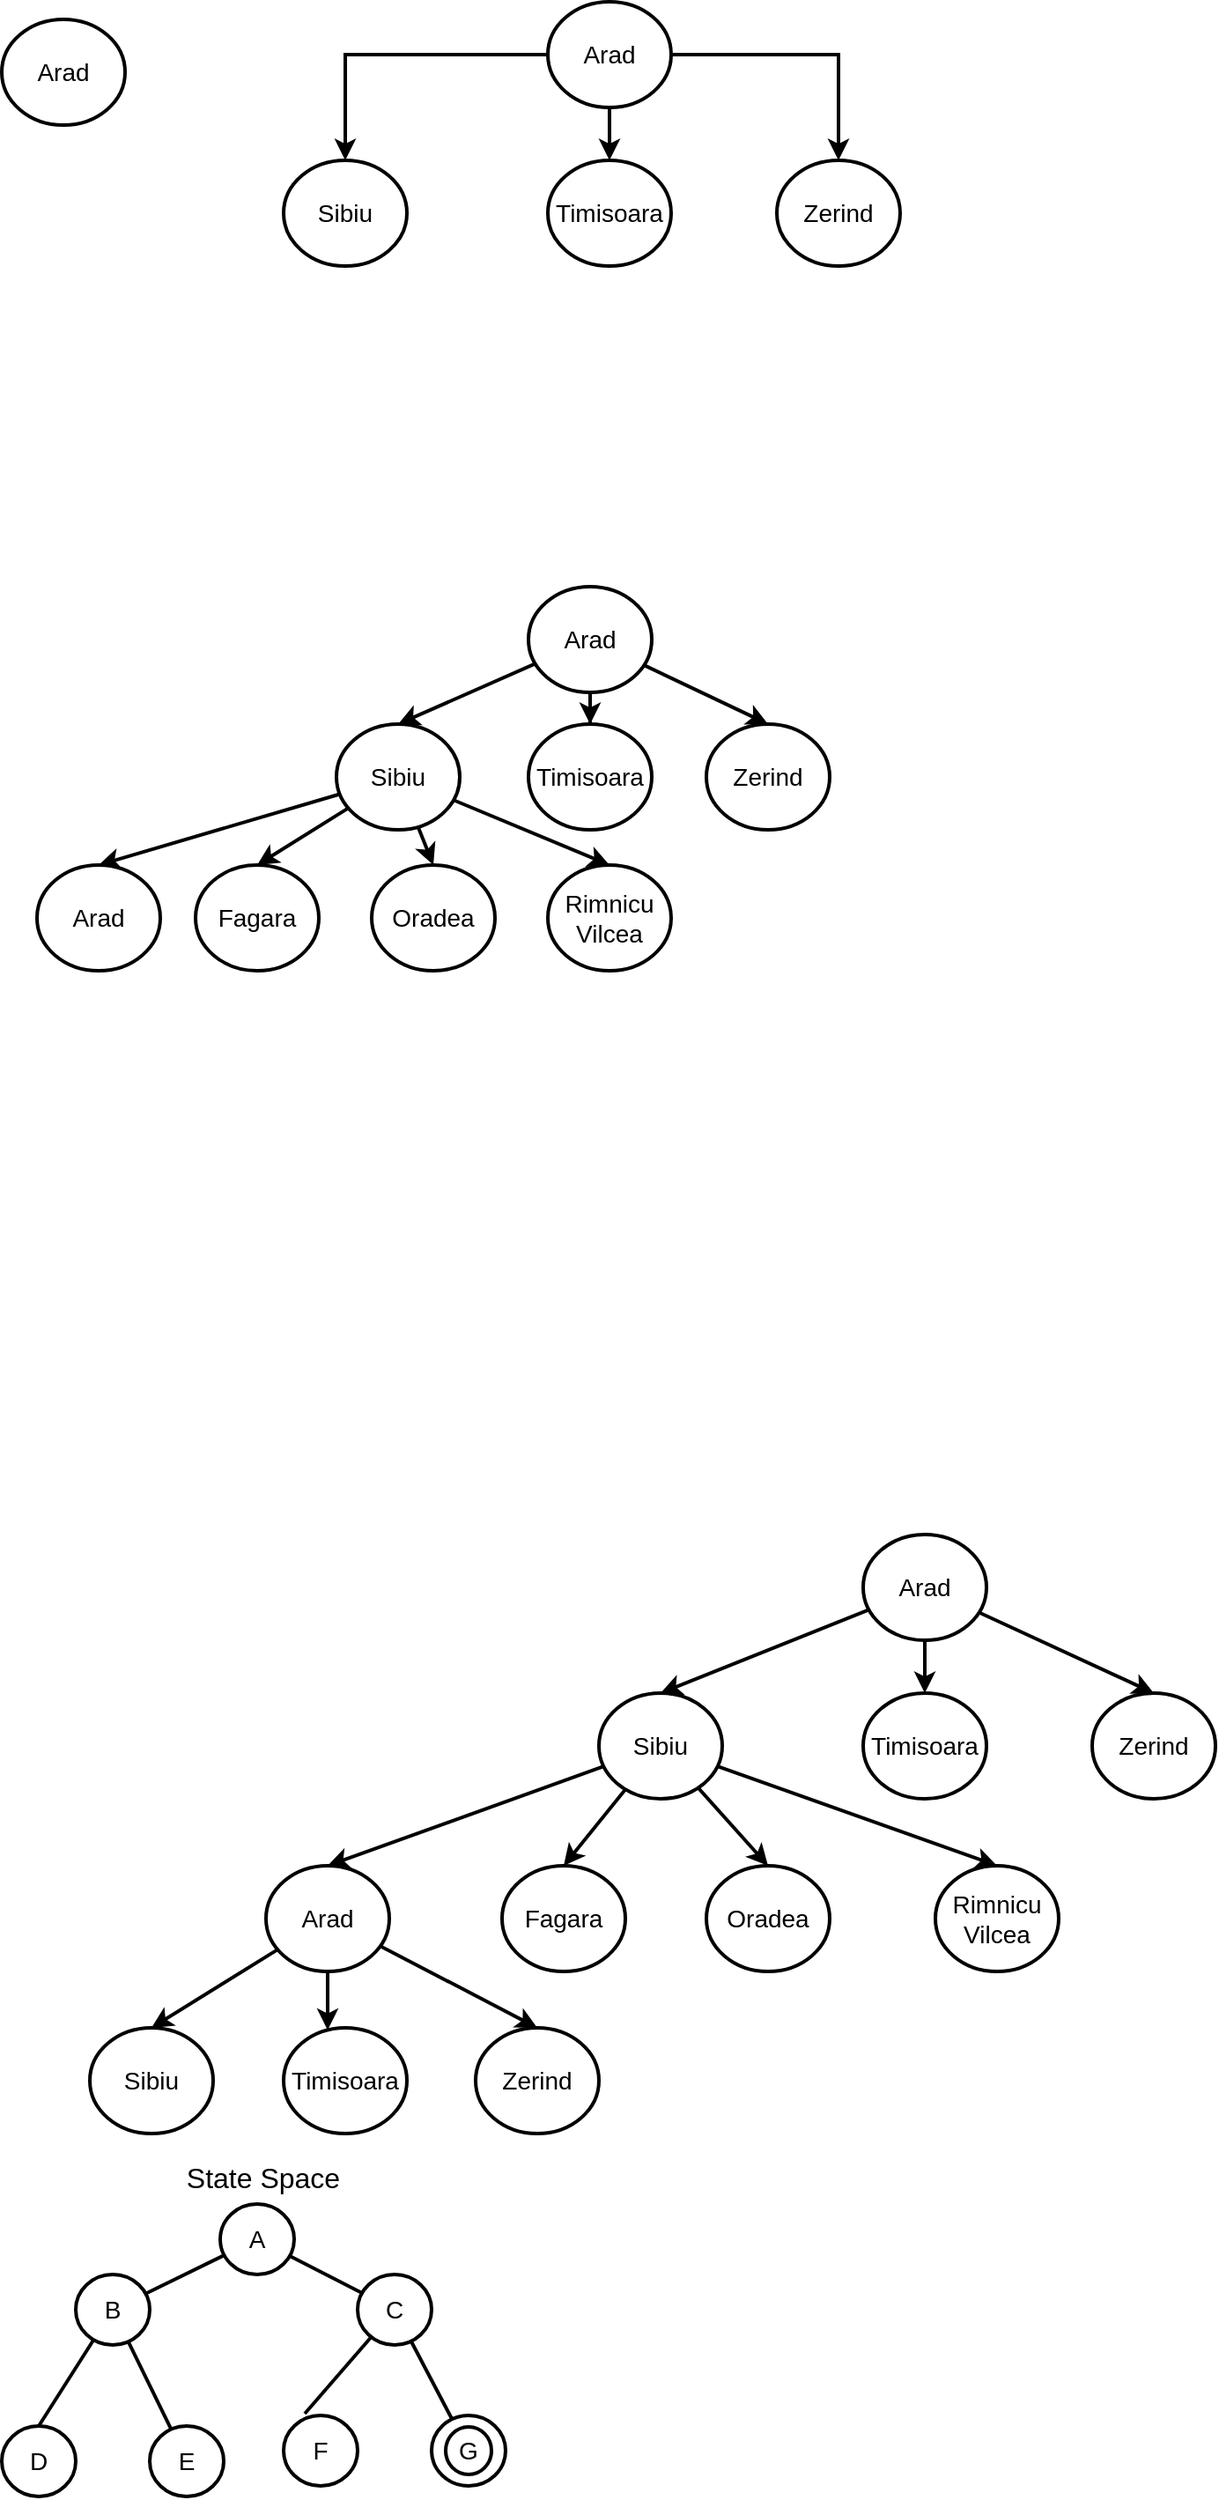
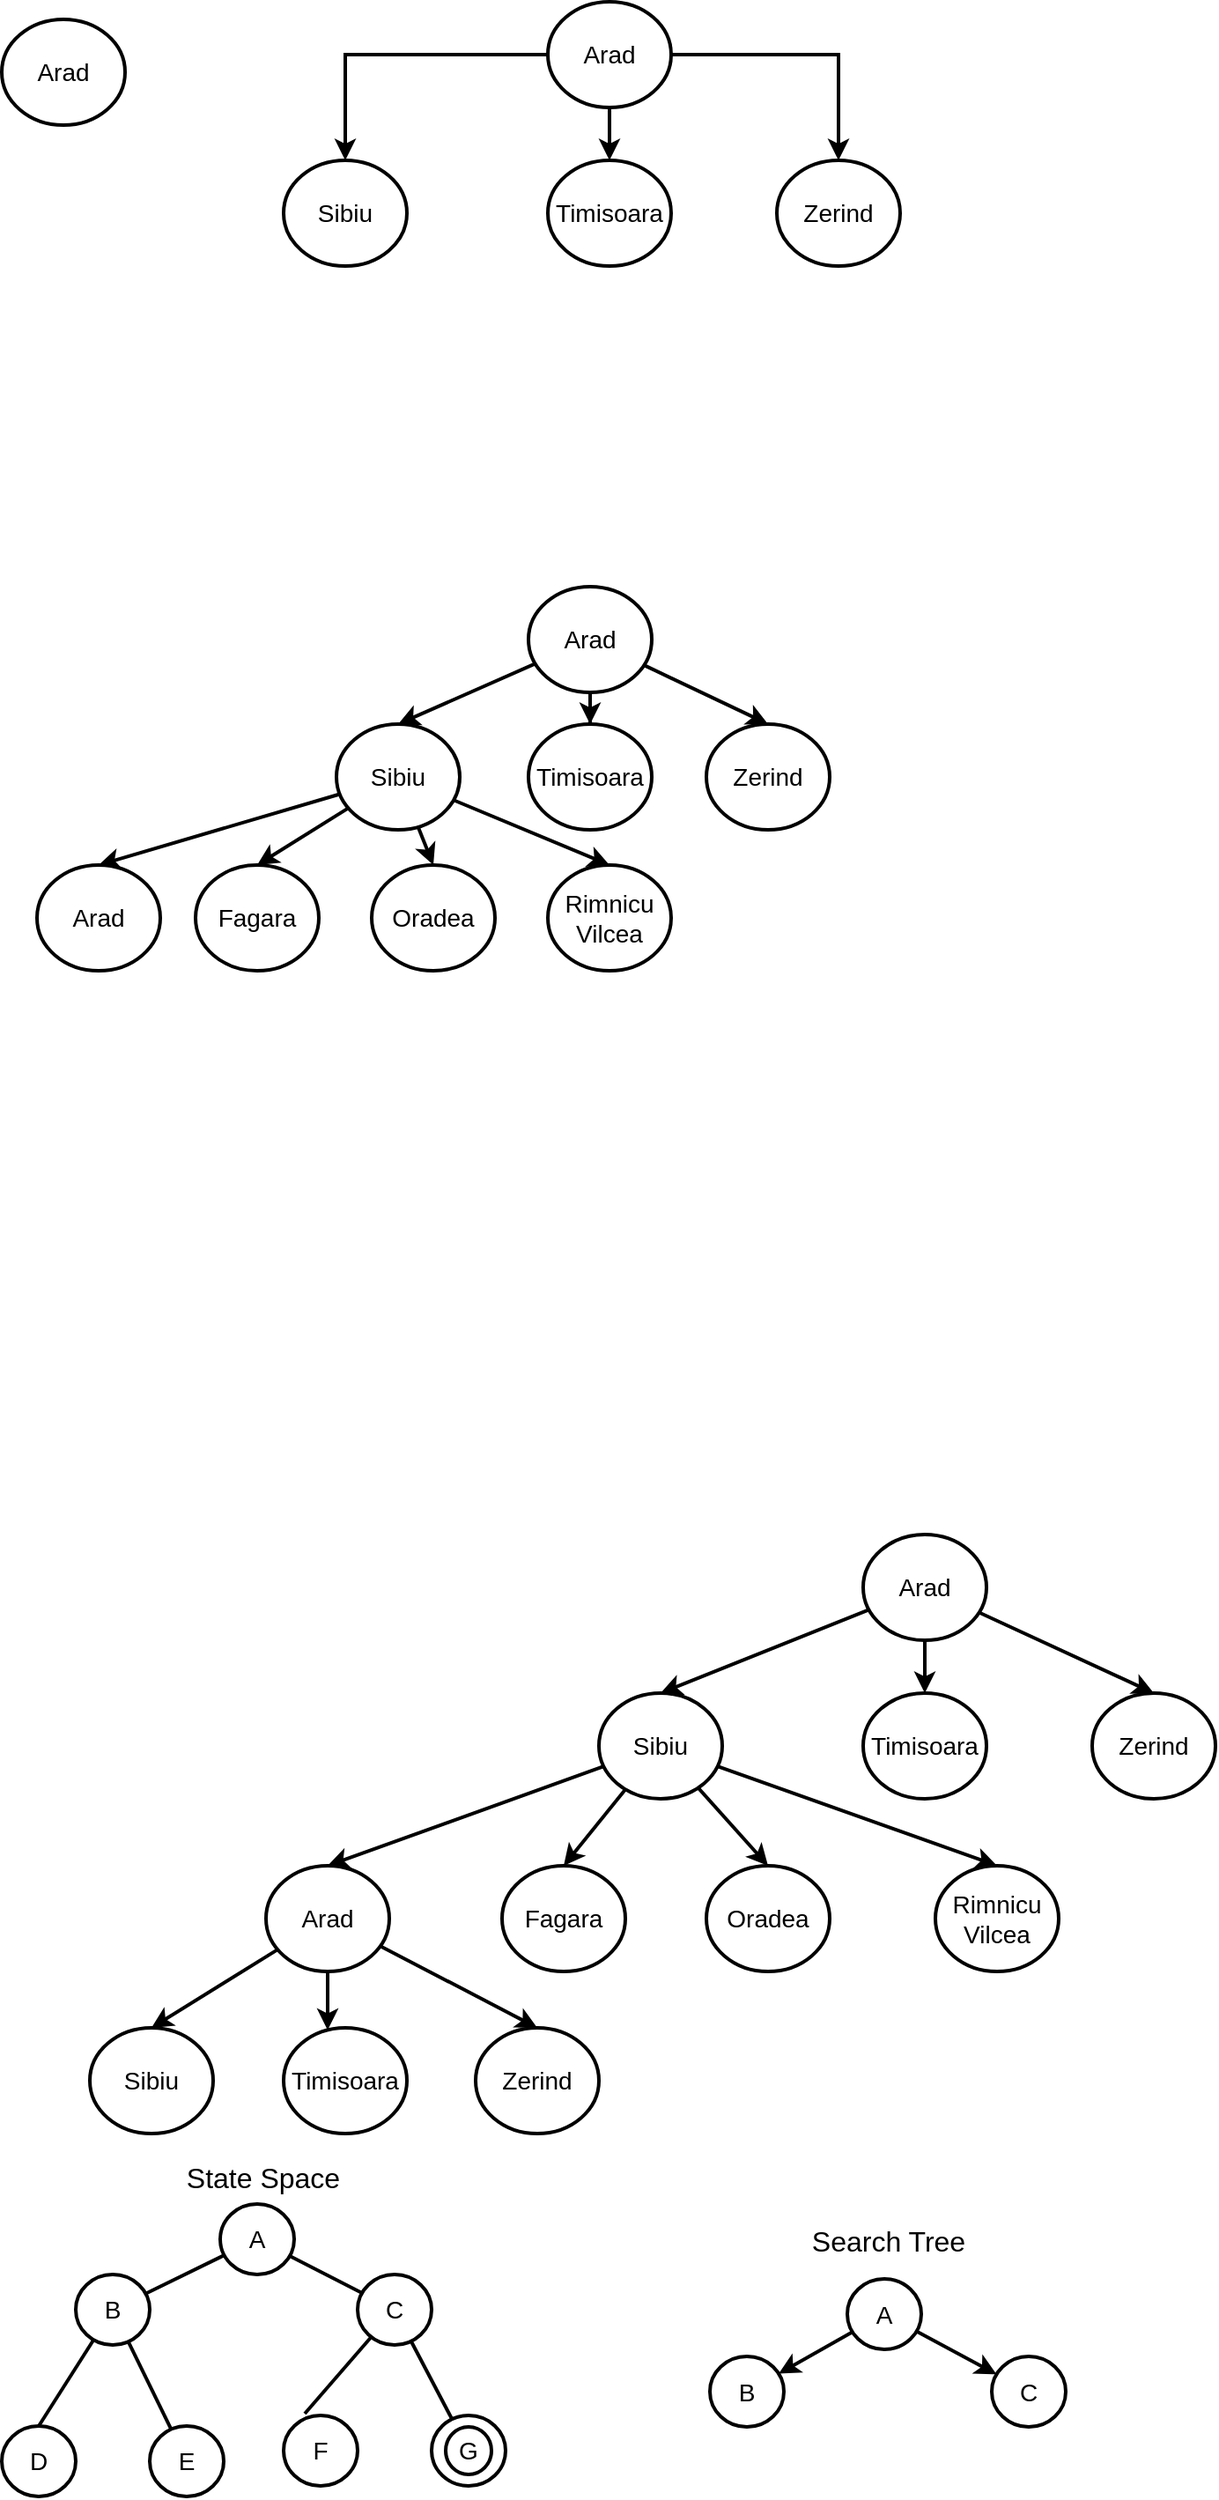
<mxfile host="app.diagrams.net">
  <diagram name="Page-1" id="BSzVWueWxRZ0f2yqvMc-">
-     <mxGraphModel dx="656" dy="351" grid="0" gridSize="10" guides="1" tooltips="1" connect="1" arrows="1" fold="1" page="1" pageScale="1" pageWidth="850" pageHeight="1100" math="0" shadow="0">
+     <mxGraphModel dx="656" dy="351" grid="1" gridSize="10" guides="0" tooltips="1" connect="1" arrows="1" fold="1" page="1" pageScale="1" pageWidth="850" pageHeight="1100" math="0" shadow="0">
      <root>
        <mxCell id="0" />
        <mxCell id="1" parent="0" />
        <mxCell id="DJkdPokyCSNuBn839fvl-1" parent="1" style="ellipse;whiteSpace=wrap;html=1;strokeWidth=2;fontSize=14;" value="Arad" vertex="1">
          <mxGeometry height="60" width="70" x="80" y="40" as="geometry" />
        </mxCell>
        <mxCell id="DJkdPokyCSNuBn839fvl-6" edge="1" parent="1" source="DJkdPokyCSNuBn839fvl-2" style="edgeStyle=orthogonalEdgeStyle;rounded=0;orthogonalLoop=1;jettySize=auto;html=1;entryX=0.5;entryY=0;entryDx=0;entryDy=0;strokeWidth=2;" target="DJkdPokyCSNuBn839fvl-3">
          <mxGeometry relative="1" as="geometry" />
        </mxCell>
        <mxCell id="DJkdPokyCSNuBn839fvl-7" edge="1" parent="1" source="DJkdPokyCSNuBn839fvl-2" style="edgeStyle=orthogonalEdgeStyle;rounded=0;orthogonalLoop=1;jettySize=auto;html=1;strokeWidth=2;" target="DJkdPokyCSNuBn839fvl-4" value="">
          <mxGeometry relative="1" as="geometry" />
        </mxCell>
        <mxCell id="DJkdPokyCSNuBn839fvl-8" edge="1" parent="1" source="DJkdPokyCSNuBn839fvl-2" style="edgeStyle=orthogonalEdgeStyle;rounded=0;orthogonalLoop=1;jettySize=auto;html=1;entryX=0.5;entryY=0;entryDx=0;entryDy=0;strokeWidth=2;" target="DJkdPokyCSNuBn839fvl-5">
          <mxGeometry relative="1" as="geometry" />
        </mxCell>
        <mxCell id="DJkdPokyCSNuBn839fvl-2" parent="1" style="ellipse;whiteSpace=wrap;html=1;strokeWidth=2;fontSize=14;" value="Arad" vertex="1">
          <mxGeometry height="60" width="70" x="390" y="30" as="geometry" />
        </mxCell>
        <mxCell id="DJkdPokyCSNuBn839fvl-3" parent="1" style="ellipse;whiteSpace=wrap;html=1;strokeWidth=2;fontSize=14;" value="Sibiu" vertex="1">
          <mxGeometry height="60" width="70" x="240" y="120" as="geometry" />
        </mxCell>
        <mxCell id="DJkdPokyCSNuBn839fvl-4" parent="1" style="ellipse;whiteSpace=wrap;html=1;strokeWidth=2;fontSize=14;" value="Timisoara" vertex="1">
          <mxGeometry height="60" width="70" x="390" y="120" as="geometry" />
        </mxCell>
        <mxCell id="DJkdPokyCSNuBn839fvl-5" parent="1" style="ellipse;whiteSpace=wrap;html=1;strokeWidth=2;fontSize=14;" value="Zerind" vertex="1">
          <mxGeometry height="60" width="70" x="520" y="120" as="geometry" />
        </mxCell>
        <mxCell id="DJkdPokyCSNuBn839fvl-9" edge="1" parent="1" source="DJkdPokyCSNuBn839fvl-12" style="rounded=0;orthogonalLoop=1;jettySize=auto;html=1;entryX=0.5;entryY=0;entryDx=0;entryDy=0;strokeWidth=2;" target="DJkdPokyCSNuBn839fvl-13">
          <mxGeometry relative="1" as="geometry" />
        </mxCell>
        <mxCell id="DJkdPokyCSNuBn839fvl-10" edge="1" parent="1" source="DJkdPokyCSNuBn839fvl-12" style="edgeStyle=orthogonalEdgeStyle;rounded=0;orthogonalLoop=1;jettySize=auto;html=1;strokeWidth=2;" target="DJkdPokyCSNuBn839fvl-14" value="">
          <mxGeometry relative="1" as="geometry" />
        </mxCell>
        <mxCell id="DJkdPokyCSNuBn839fvl-11" edge="1" parent="1" source="DJkdPokyCSNuBn839fvl-12" style="rounded=0;orthogonalLoop=1;jettySize=auto;html=1;entryX=0.5;entryY=0;entryDx=0;entryDy=0;strokeWidth=2;" target="DJkdPokyCSNuBn839fvl-15">
          <mxGeometry relative="1" as="geometry" />
        </mxCell>
        <mxCell id="DJkdPokyCSNuBn839fvl-12" parent="1" style="ellipse;whiteSpace=wrap;html=1;strokeWidth=2;fontSize=14;" value="Arad" vertex="1">
          <mxGeometry height="60" width="70" x="379" y="362" as="geometry" />
        </mxCell>
        <mxCell id="DJkdPokyCSNuBn839fvl-20" edge="1" parent="1" source="DJkdPokyCSNuBn839fvl-13" style="rounded=0;orthogonalLoop=1;jettySize=auto;html=1;entryX=0.5;entryY=0;entryDx=0;entryDy=0;strokeWidth=2;" target="DJkdPokyCSNuBn839fvl-16">
          <mxGeometry relative="1" as="geometry" />
        </mxCell>
        <mxCell id="DJkdPokyCSNuBn839fvl-22" edge="1" parent="1" source="DJkdPokyCSNuBn839fvl-13" style="rounded=0;orthogonalLoop=1;jettySize=auto;html=1;entryX=0.5;entryY=0;entryDx=0;entryDy=0;strokeWidth=2;" target="DJkdPokyCSNuBn839fvl-17">
          <mxGeometry relative="1" as="geometry" />
        </mxCell>
        <mxCell id="DJkdPokyCSNuBn839fvl-25" edge="1" parent="1" source="DJkdPokyCSNuBn839fvl-13" style="rounded=0;orthogonalLoop=1;jettySize=auto;html=1;entryX=0.5;entryY=0;entryDx=0;entryDy=0;strokeWidth=2;" target="DJkdPokyCSNuBn839fvl-19">
          <mxGeometry relative="1" as="geometry" />
        </mxCell>
        <mxCell id="DJkdPokyCSNuBn839fvl-26" edge="1" parent="1" source="DJkdPokyCSNuBn839fvl-13" style="rounded=0;orthogonalLoop=1;jettySize=auto;html=1;entryX=0.5;entryY=0;entryDx=0;entryDy=0;strokeWidth=2;" target="DJkdPokyCSNuBn839fvl-18">
          <mxGeometry relative="1" as="geometry" />
        </mxCell>
        <mxCell id="DJkdPokyCSNuBn839fvl-13" parent="1" style="ellipse;whiteSpace=wrap;html=1;strokeWidth=2;fontSize=14;" value="Sibiu" vertex="1">
          <mxGeometry height="60" width="70" x="270" y="440" as="geometry" />
        </mxCell>
        <mxCell id="DJkdPokyCSNuBn839fvl-14" parent="1" style="ellipse;whiteSpace=wrap;html=1;strokeWidth=2;fontSize=14;" value="Timisoara" vertex="1">
          <mxGeometry height="60" width="70" x="379" y="440" as="geometry" />
        </mxCell>
        <mxCell id="DJkdPokyCSNuBn839fvl-15" parent="1" style="ellipse;whiteSpace=wrap;html=1;strokeWidth=2;fontSize=14;" value="Zerind" vertex="1">
          <mxGeometry height="60" width="70" x="480" y="440" as="geometry" />
        </mxCell>
        <mxCell id="DJkdPokyCSNuBn839fvl-16" parent="1" style="ellipse;whiteSpace=wrap;html=1;strokeWidth=2;fontSize=14;" value="Arad" vertex="1">
          <mxGeometry height="60" width="70" x="100" y="520" as="geometry" />
        </mxCell>
        <mxCell id="DJkdPokyCSNuBn839fvl-17" parent="1" style="ellipse;whiteSpace=wrap;html=1;strokeWidth=2;fontSize=14;" value="Fagara" vertex="1">
          <mxGeometry height="60" width="70" x="190" y="520" as="geometry" />
        </mxCell>
        <mxCell id="DJkdPokyCSNuBn839fvl-18" parent="1" style="ellipse;whiteSpace=wrap;html=1;strokeWidth=2;fontSize=14;" value="Oradea" vertex="1">
          <mxGeometry height="60" width="70" x="290" y="520" as="geometry" />
        </mxCell>
        <mxCell id="DJkdPokyCSNuBn839fvl-19" parent="1" style="ellipse;whiteSpace=wrap;html=1;strokeWidth=2;fontSize=14;" value="Rimnicu Vilcea" vertex="1">
          <mxGeometry height="60" width="70" x="390" y="520" as="geometry" />
        </mxCell>
        <mxCell id="DJkdPokyCSNuBn839fvl-27" edge="1" parent="1" source="DJkdPokyCSNuBn839fvl-30" style="rounded=0;orthogonalLoop=1;jettySize=auto;html=1;entryX=0.5;entryY=0;entryDx=0;entryDy=0;strokeWidth=2;" target="DJkdPokyCSNuBn839fvl-35">
          <mxGeometry relative="1" as="geometry" />
        </mxCell>
        <mxCell id="DJkdPokyCSNuBn839fvl-28" edge="1" parent="1" source="DJkdPokyCSNuBn839fvl-30" style="edgeStyle=orthogonalEdgeStyle;rounded=0;orthogonalLoop=1;jettySize=auto;html=1;strokeWidth=2;" target="DJkdPokyCSNuBn839fvl-36" value="">
          <mxGeometry relative="1" as="geometry" />
        </mxCell>
        <mxCell id="DJkdPokyCSNuBn839fvl-29" edge="1" parent="1" source="DJkdPokyCSNuBn839fvl-30" style="rounded=0;orthogonalLoop=1;jettySize=auto;html=1;entryX=0.5;entryY=0;entryDx=0;entryDy=0;strokeWidth=2;" target="DJkdPokyCSNuBn839fvl-37">
          <mxGeometry relative="1" as="geometry" />
        </mxCell>
        <mxCell id="DJkdPokyCSNuBn839fvl-30" parent="1" style="ellipse;whiteSpace=wrap;html=1;strokeWidth=2;fontSize=14;" value="Arad" vertex="1">
          <mxGeometry height="60" width="70" x="569" y="900" as="geometry" />
        </mxCell>
        <mxCell id="DJkdPokyCSNuBn839fvl-31" edge="1" parent="1" source="DJkdPokyCSNuBn839fvl-35" style="rounded=0;orthogonalLoop=1;jettySize=auto;html=1;entryX=0.5;entryY=0;entryDx=0;entryDy=0;strokeWidth=2;" target="DJkdPokyCSNuBn839fvl-38">
          <mxGeometry relative="1" as="geometry" />
        </mxCell>
        <mxCell id="DJkdPokyCSNuBn839fvl-32" edge="1" parent="1" source="DJkdPokyCSNuBn839fvl-35" style="rounded=0;orthogonalLoop=1;jettySize=auto;html=1;entryX=0.5;entryY=0;entryDx=0;entryDy=0;strokeWidth=2;" target="DJkdPokyCSNuBn839fvl-39">
          <mxGeometry relative="1" as="geometry" />
        </mxCell>
        <mxCell id="DJkdPokyCSNuBn839fvl-33" edge="1" parent="1" source="DJkdPokyCSNuBn839fvl-35" style="rounded=0;orthogonalLoop=1;jettySize=auto;html=1;entryX=0.5;entryY=0;entryDx=0;entryDy=0;strokeWidth=2;" target="DJkdPokyCSNuBn839fvl-41">
          <mxGeometry relative="1" as="geometry" />
        </mxCell>
        <mxCell id="DJkdPokyCSNuBn839fvl-34" edge="1" parent="1" source="DJkdPokyCSNuBn839fvl-35" style="rounded=0;orthogonalLoop=1;jettySize=auto;html=1;entryX=0.5;entryY=0;entryDx=0;entryDy=0;strokeWidth=2;" target="DJkdPokyCSNuBn839fvl-40">
          <mxGeometry relative="1" as="geometry" />
        </mxCell>
        <mxCell id="DJkdPokyCSNuBn839fvl-35" parent="1" style="ellipse;whiteSpace=wrap;html=1;strokeWidth=2;fontSize=14;" value="Sibiu" vertex="1">
          <mxGeometry height="60" width="70" x="419" y="990" as="geometry" />
        </mxCell>
        <mxCell id="DJkdPokyCSNuBn839fvl-36" parent="1" style="ellipse;whiteSpace=wrap;html=1;strokeWidth=2;fontSize=14;" value="Timisoara" vertex="1">
          <mxGeometry height="60" width="70" x="569" y="990" as="geometry" />
        </mxCell>
        <mxCell id="DJkdPokyCSNuBn839fvl-37" parent="1" style="ellipse;whiteSpace=wrap;html=1;strokeWidth=2;fontSize=14;" value="Zerind" vertex="1">
          <mxGeometry height="60" width="70" x="699" y="990" as="geometry" />
        </mxCell>
        <mxCell id="DJkdPokyCSNuBn839fvl-45" edge="1" parent="1" source="DJkdPokyCSNuBn839fvl-38" style="rounded=0;orthogonalLoop=1;jettySize=auto;html=1;entryX=0.5;entryY=0;entryDx=0;entryDy=0;strokeWidth=2;" target="DJkdPokyCSNuBn839fvl-42">
          <mxGeometry relative="1" as="geometry" />
        </mxCell>
        <mxCell id="DJkdPokyCSNuBn839fvl-46" edge="1" parent="1" source="DJkdPokyCSNuBn839fvl-38" style="edgeStyle=orthogonalEdgeStyle;rounded=0;orthogonalLoop=1;jettySize=auto;html=1;strokeWidth=2;" target="DJkdPokyCSNuBn839fvl-43" value="">
          <mxGeometry relative="1" as="geometry">
            <Array as="points">
              <mxPoint x="265" y="1190" />
              <mxPoint x="265" y="1190" />
            </Array>
          </mxGeometry>
        </mxCell>
        <mxCell id="DJkdPokyCSNuBn839fvl-47" edge="1" parent="1" source="DJkdPokyCSNuBn839fvl-38" style="rounded=0;orthogonalLoop=1;jettySize=auto;html=1;entryX=0.5;entryY=0;entryDx=0;entryDy=0;strokeWidth=2;" target="DJkdPokyCSNuBn839fvl-44">
          <mxGeometry relative="1" as="geometry" />
        </mxCell>
        <mxCell id="DJkdPokyCSNuBn839fvl-38" parent="1" style="ellipse;whiteSpace=wrap;html=1;strokeWidth=2;fontSize=14;" value="Arad" vertex="1">
          <mxGeometry height="60" width="70" x="230" y="1088" as="geometry" />
        </mxCell>
        <mxCell id="DJkdPokyCSNuBn839fvl-39" parent="1" style="ellipse;whiteSpace=wrap;html=1;strokeWidth=2;fontSize=14;" value="Fagara" vertex="1">
          <mxGeometry height="60" width="70" x="364" y="1088" as="geometry" />
        </mxCell>
        <mxCell id="DJkdPokyCSNuBn839fvl-40" parent="1" style="ellipse;whiteSpace=wrap;html=1;strokeWidth=2;fontSize=14;" value="Oradea" vertex="1">
          <mxGeometry height="60" width="70" x="480" y="1088" as="geometry" />
        </mxCell>
        <mxCell id="DJkdPokyCSNuBn839fvl-41" parent="1" style="ellipse;whiteSpace=wrap;html=1;strokeWidth=2;fontSize=14;" value="Rimnicu Vilcea" vertex="1">
          <mxGeometry height="60" width="70" x="610" y="1088" as="geometry" />
        </mxCell>
        <mxCell id="DJkdPokyCSNuBn839fvl-42" parent="1" style="ellipse;whiteSpace=wrap;html=1;strokeWidth=2;fontSize=14;" value="Sibiu" vertex="1">
          <mxGeometry height="60" width="70" x="130" y="1180" as="geometry" />
        </mxCell>
        <mxCell id="DJkdPokyCSNuBn839fvl-43" parent="1" style="ellipse;whiteSpace=wrap;html=1;strokeWidth=2;fontSize=14;" value="Timisoara" vertex="1">
          <mxGeometry height="60" width="70" x="240" y="1180" as="geometry" />
        </mxCell>
        <mxCell id="DJkdPokyCSNuBn839fvl-44" parent="1" style="ellipse;whiteSpace=wrap;html=1;strokeWidth=2;fontSize=14;" value="Zerind" vertex="1">
          <mxGeometry height="60" width="70" x="349" y="1180" as="geometry" />
        </mxCell>
        <mxCell id="3aDSpglnKRdrbF7ndWlJ-9" edge="1" parent="1" source="3aDSpglnKRdrbF7ndWlJ-1" style="rounded=0;orthogonalLoop=1;jettySize=auto;html=1;strokeWidth=2;endArrow=none;endFill=0;" target="3aDSpglnKRdrbF7ndWlJ-2" value="">
          <mxGeometry relative="1" as="geometry" />
        </mxCell>
        <mxCell id="3aDSpglnKRdrbF7ndWlJ-10" edge="1" parent="1" source="3aDSpglnKRdrbF7ndWlJ-1" style="rounded=0;orthogonalLoop=1;jettySize=auto;html=1;strokeWidth=2;endArrow=none;endFill=0;" target="3aDSpglnKRdrbF7ndWlJ-3" value="">
          <mxGeometry relative="1" as="geometry" />
        </mxCell>
        <mxCell id="3aDSpglnKRdrbF7ndWlJ-1" parent="1" style="ellipse;whiteSpace=wrap;html=1;strokeWidth=2;fontSize=14;" value="A" vertex="1">
          <mxGeometry height="40" width="42" x="204" y="1280" as="geometry" />
        </mxCell>
        <mxCell id="3aDSpglnKRdrbF7ndWlJ-11" edge="1" parent="1" source="3aDSpglnKRdrbF7ndWlJ-2" style="rounded=0;orthogonalLoop=1;jettySize=auto;html=1;strokeWidth=2;endArrow=none;endFill=0;" target="3aDSpglnKRdrbF7ndWlJ-6" value="">
          <mxGeometry relative="1" as="geometry" />
        </mxCell>
        <mxCell id="3aDSpglnKRdrbF7ndWlJ-13" edge="1" parent="1" source="3aDSpglnKRdrbF7ndWlJ-2" style="rounded=0;orthogonalLoop=1;jettySize=auto;html=1;entryX=0.5;entryY=0;entryDx=0;entryDy=0;strokeWidth=2;endArrow=none;endFill=0;" target="3aDSpglnKRdrbF7ndWlJ-5">
          <mxGeometry relative="1" as="geometry" />
        </mxCell>
        <mxCell id="3aDSpglnKRdrbF7ndWlJ-2" parent="1" style="ellipse;whiteSpace=wrap;html=1;strokeWidth=2;fontSize=14;" value="B" vertex="1">
          <mxGeometry height="40" width="42" x="122" y="1320" as="geometry" />
        </mxCell>
        <mxCell id="3aDSpglnKRdrbF7ndWlJ-14" edge="1" parent="1" source="3aDSpglnKRdrbF7ndWlJ-3" style="rounded=0;orthogonalLoop=1;jettySize=auto;html=1;strokeWidth=2;endArrow=none;endFill=0;" target="3aDSpglnKRdrbF7ndWlJ-7" value="">
          <mxGeometry relative="1" as="geometry" />
        </mxCell>
        <mxCell id="3aDSpglnKRdrbF7ndWlJ-3" parent="1" style="ellipse;whiteSpace=wrap;html=1;strokeWidth=2;fontSize=14;" value="C" vertex="1">
          <mxGeometry height="40" width="42" x="282" y="1320" as="geometry" />
        </mxCell>
        <mxCell id="3aDSpglnKRdrbF7ndWlJ-4" parent="1" style="ellipse;whiteSpace=wrap;html=1;strokeWidth=2;fontSize=14;" value="F" vertex="1">
          <mxGeometry height="40" width="42" x="240" y="1400" as="geometry" />
        </mxCell>
        <mxCell id="3aDSpglnKRdrbF7ndWlJ-5" parent="1" style="ellipse;whiteSpace=wrap;html=1;strokeWidth=2;fontSize=14;" value="D" vertex="1">
          <mxGeometry height="40" width="42" x="80" y="1406" as="geometry" />
        </mxCell>
        <mxCell id="3aDSpglnKRdrbF7ndWlJ-6" parent="1" style="ellipse;whiteSpace=wrap;html=1;strokeWidth=2;fontSize=14;" value="E" vertex="1">
          <mxGeometry height="40" width="42" x="164" y="1406" as="geometry" />
        </mxCell>
        <mxCell id="3aDSpglnKRdrbF7ndWlJ-7" parent="1" style="ellipse;whiteSpace=wrap;html=1;strokeWidth=2;fontSize=14;" value="" vertex="1">
          <mxGeometry height="40" width="42" x="324" y="1400" as="geometry" />
        </mxCell>
        <mxCell id="3aDSpglnKRdrbF7ndWlJ-15" edge="1" parent="1" source="3aDSpglnKRdrbF7ndWlJ-3" style="rounded=0;orthogonalLoop=1;jettySize=auto;html=1;entryX=0.286;entryY=-0.025;entryDx=0;entryDy=0;entryPerimeter=0;strokeWidth=2;endArrow=none;endFill=0;" target="3aDSpglnKRdrbF7ndWlJ-4">
          <mxGeometry relative="1" as="geometry" />
        </mxCell>
        <mxCell id="3aDSpglnKRdrbF7ndWlJ-16" parent="1" style="text;html=1;whiteSpace=wrap;strokeColor=none;fillColor=none;align=center;verticalAlign=middle;rounded=0;fontSize=16;" value="State Space" vertex="1">
          <mxGeometry height="30" width="95" x="181" y="1250" as="geometry" />
        </mxCell>
        <mxCell id="3aDSpglnKRdrbF7ndWlJ-17" parent="1" style="ellipse;whiteSpace=wrap;html=1;strokeWidth=2;fontSize=14;" value="G" vertex="1">
          <mxGeometry height="27" width="26" x="332" y="1406.5" as="geometry" />
        </mxCell>
+         <mxCell id="3aDSpglnKRdrbF7ndWlJ-22" edge="1" parent="1" source="3aDSpglnKRdrbF7ndWlJ-18" style="rounded=0;orthogonalLoop=1;jettySize=auto;html=1;strokeWidth=2;" target="3aDSpglnKRdrbF7ndWlJ-20" value="">
+           <mxGeometry relative="1" as="geometry" />
+         </mxCell>
+         <mxCell id="3aDSpglnKRdrbF7ndWlJ-23" edge="1" parent="1" source="3aDSpglnKRdrbF7ndWlJ-18" style="rounded=0;orthogonalLoop=1;jettySize=auto;html=1;strokeWidth=2;" target="3aDSpglnKRdrbF7ndWlJ-21" value="">
+           <mxGeometry relative="1" as="geometry" />
+         </mxCell>
+         <mxCell id="3aDSpglnKRdrbF7ndWlJ-18" parent="1" style="ellipse;whiteSpace=wrap;html=1;strokeWidth=2;fontSize=14;" value="A" vertex="1">
+           <mxGeometry height="40" width="42" x="560" y="1322.5" as="geometry" />
+         </mxCell>
+         <mxCell id="3aDSpglnKRdrbF7ndWlJ-19" parent="1" style="text;html=1;whiteSpace=wrap;strokeColor=none;fillColor=none;align=center;verticalAlign=middle;rounded=0;fontSize=16;" value="Search Tree" vertex="1">
+           <mxGeometry height="30" width="95" x="535.5" y="1285.5" as="geometry" />
+         </mxCell>
+         <mxCell id="3aDSpglnKRdrbF7ndWlJ-20" parent="1" style="ellipse;whiteSpace=wrap;html=1;strokeWidth=2;fontSize=14;" value="B" vertex="1">
+           <mxGeometry height="40" width="42" x="482" y="1366.5" as="geometry" />
+         </mxCell>
+         <mxCell id="3aDSpglnKRdrbF7ndWlJ-21" parent="1" style="ellipse;whiteSpace=wrap;html=1;strokeWidth=2;fontSize=14;" value="C" vertex="1">
+           <mxGeometry height="40" width="42" x="642" y="1366.5" as="geometry" />
+         </mxCell>
      </root>
    </mxGraphModel>
  </diagram>
</mxfile>
